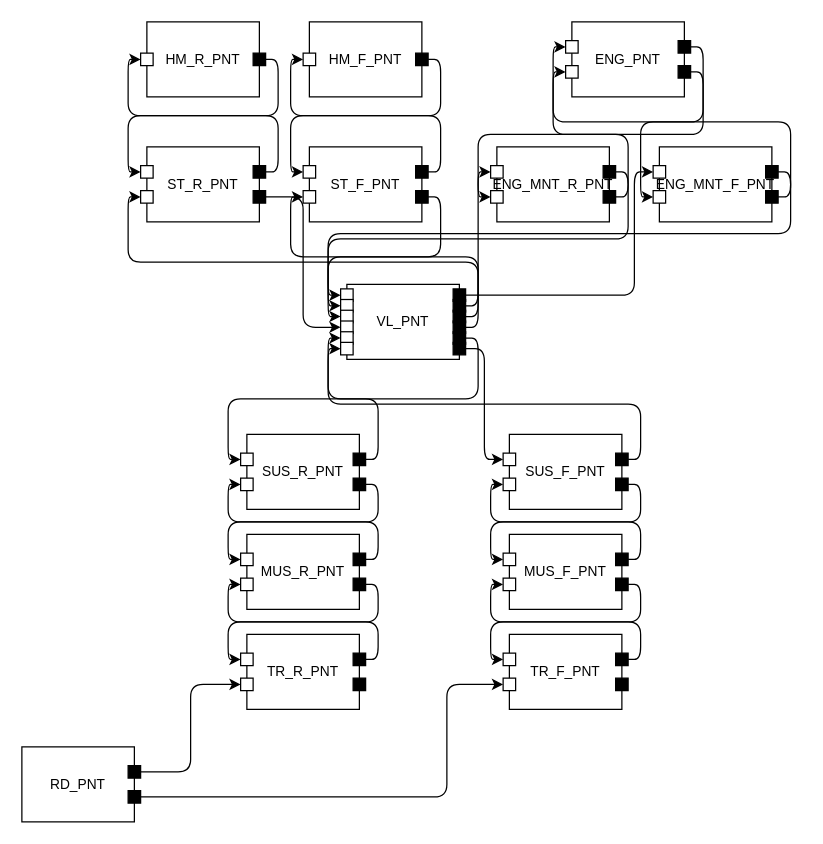
Before: page "Vehicle" (30 of 30) of mineError/METI_Vertical_Vibration.drawio in JuliaMBD/JuliaMBD-sample, a draw.io diagram. Source tidied: cells renumbered, new cells numbered last; positions are measured from the earlier drawing's top-left corner, leaving out a move shared by most shapes. Both pictures are drawn from the tidied source at 125%, with x=0, y=0 at pixel (21, 21).
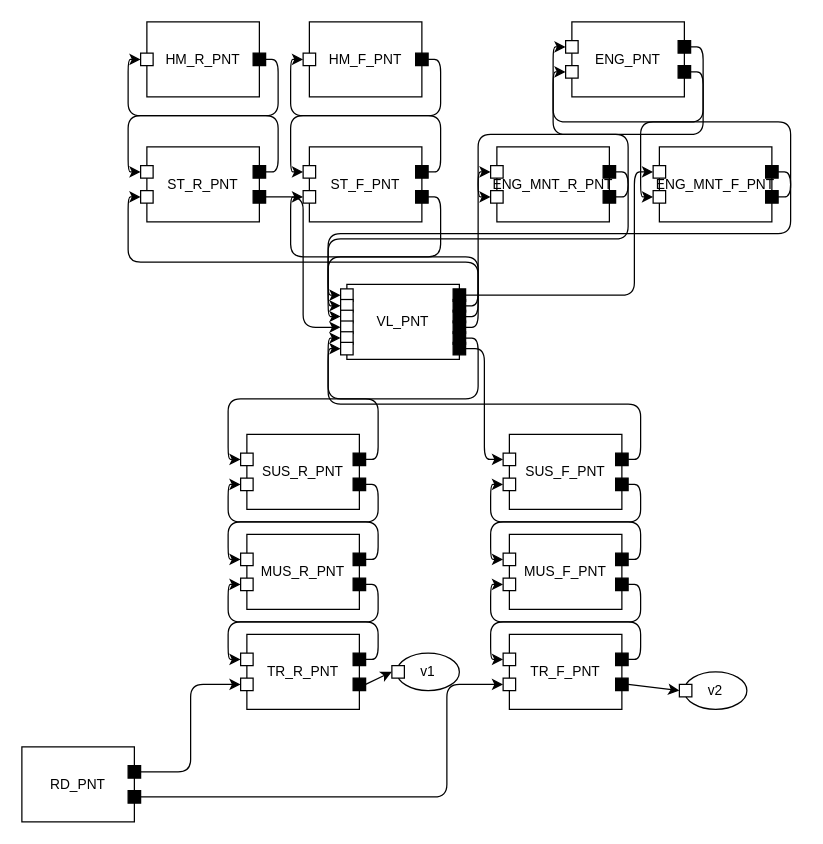
The same diagram, later.

The change refers to these unchanged cells:
```xml
<mxCell id="19" style="whiteSpace=wrap;html=1;snapToPoint=1;points=[[1,0.5,0,0,0]];noLabel=0;overflow=visible;fillColor=#000000;labelBackgroundColor=none;" parent="15" vertex="1">
  <mxGeometry x="85" y="35" width="10" height="10" as="geometry" />
</mxCell>
<mxCell id="24" style="whiteSpace=wrap;html=1;snapToPoint=1;points=[[1,0.5,0,0,0]];noLabel=0;overflow=visible;fillColor=#000000;labelBackgroundColor=none;" parent="20" vertex="1">
  <mxGeometry x="85" y="35" width="10" height="10" as="geometry" />
</mxCell>
```

What changed in the source:
```diff
@@
+    <object id="109" label="&lt;font style=&quot;font-size: 11px;&quot;&gt;%name%&lt;/font&gt;" name="v1" placeholders="1">
+      <mxCell style="ellipse;whiteSpace=wrap;html=1;fontSize=18;spacingTop=-4;" parent="1" vertex="1">
+        <mxGeometry x="300" y="505" width="50" height="30" as="geometry" />
+      </mxCell>
+    </object>
+    <mxCell id="110" value="&lt;p style=&quot;line-height: 100%;&quot;&gt;&lt;br&gt;&lt;/p&gt;" style="whiteSpace=wrap;html=1;snapToPoint=1;points=[[0,0.5,0,0,0]];noLabel=0;overflow=visible;direction=east;" parent="109" vertex="1">
+      <mxGeometry x="-4" y="10" width="10" height="10" as="geometry" />
+    </mxCell>
+    <object id="111" label="&lt;font style=&quot;font-size: 11px;&quot;&gt;%name%&lt;/font&gt;" name="v2" placeholders="1">
+      <mxCell style="ellipse;whiteSpace=wrap;html=1;fontSize=18;spacingTop=-4;" parent="1" vertex="1">
+        <mxGeometry x="530" y="520" width="50" height="30" as="geometry" />
+      </mxCell>
+    </object>
+    <mxCell id="112" value="&lt;p style=&quot;line-height: 100%;&quot;&gt;&lt;br&gt;&lt;/p&gt;" style="whiteSpace=wrap;html=1;snapToPoint=1;points=[[0,0.5,0,0,0]];noLabel=0;overflow=visible;direction=east;" parent="111" vertex="1">
+      <mxGeometry x="-4" y="10" width="10" height="10" as="geometry" />
+    </mxCell>
+    <mxCell id="113" style="edgeStyle=none;html=1;exitX=1;exitY=0.5;exitDx=0;exitDy=0;exitPerimeter=0;entryX=0;entryY=0.5;entryDx=0;entryDy=0;entryPerimeter=0;" parent="1" edge="1" source="24" target="110">
+      <mxGeometry relative="1" as="geometry" />
+    </mxCell>
+    <mxCell id="114" style="edgeStyle=none;html=1;exitX=1;exitY=0.5;exitDx=0;exitDy=0;exitPerimeter=0;entryX=0;entryY=0.5;entryDx=0;entryDy=0;entryPerimeter=0;" parent="1" edge="1" source="19" target="112">
+      <mxGeometry relative="1" as="geometry" />
+    </mxCell>
```
